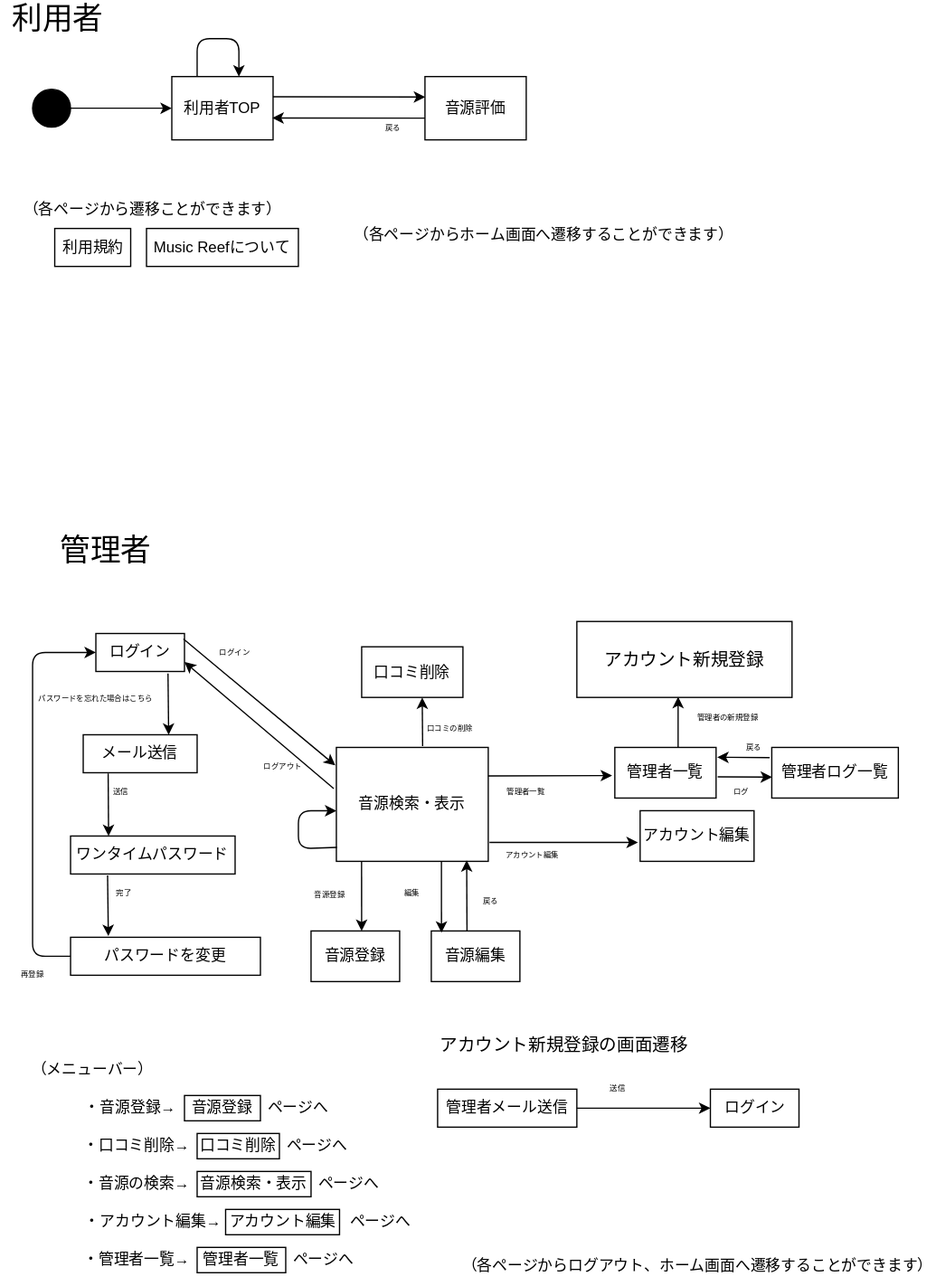
Above: ab.drawio.svg in IshiYoshi765/uml-introduction (draw.io), before the change. Source tidied: cells renumbered, new cells last; positions are measured from the earlier drawing's top-left corner, leaving out a move shared by most shapes.
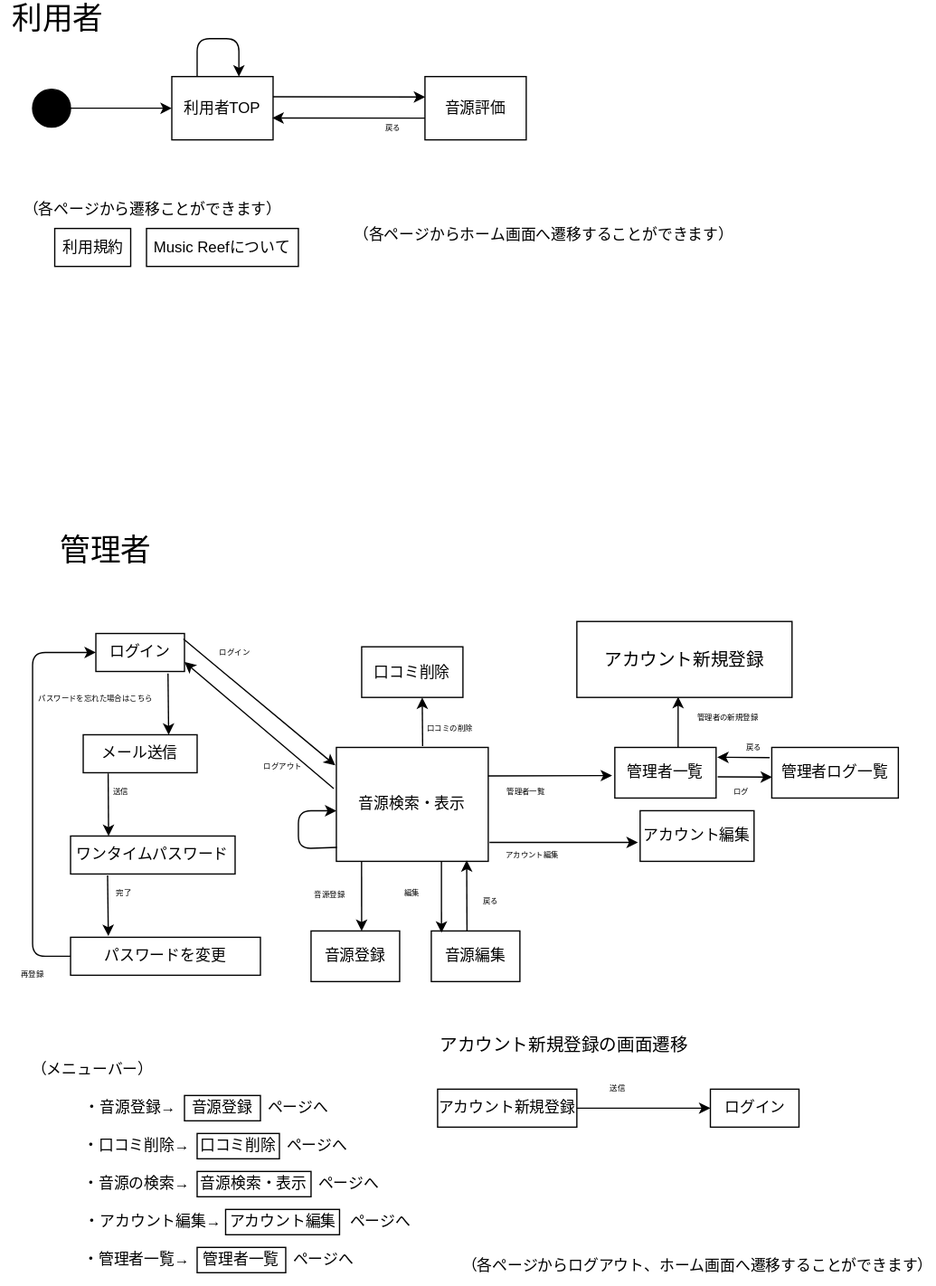
After the commit.

Change to the diagram source:
```diff
@@ -241,7 +241,7 @@
     <mxCell id="73" value="&lt;font style=&quot;font-size: 14px;&quot;&gt;アカウント新規登録の画面遷移&lt;/font&gt;" style="text;html=1;strokeColor=none;fillColor=none;align=center;verticalAlign=middle;whiteSpace=wrap;rounded=0;" parent="1" vertex="1">
       <mxGeometry x="325" y="810" width="240" height="30" as="geometry" />
     </mxCell>
-    <mxCell id="74" value="管理者メール送信" style="rounded=0;whiteSpace=wrap;html=1;" parent="1" vertex="1">
+    <mxCell id="74" value="アカウント新規登録" style="rounded=0;whiteSpace=wrap;html=1;" parent="1" vertex="1">
       <mxGeometry x="345" y="860" width="110" height="30" as="geometry" />
     </mxCell>
     <mxCell id="75" style="endArrow=classic;html=1;fontSize=14;exitX=1;exitY=0.5;exitDx=0;exitDy=0;entryX=0;entryY=0.5;entryDx=0;entryDy=0;" parent="1" edge="1" source="74" target="80">
```
